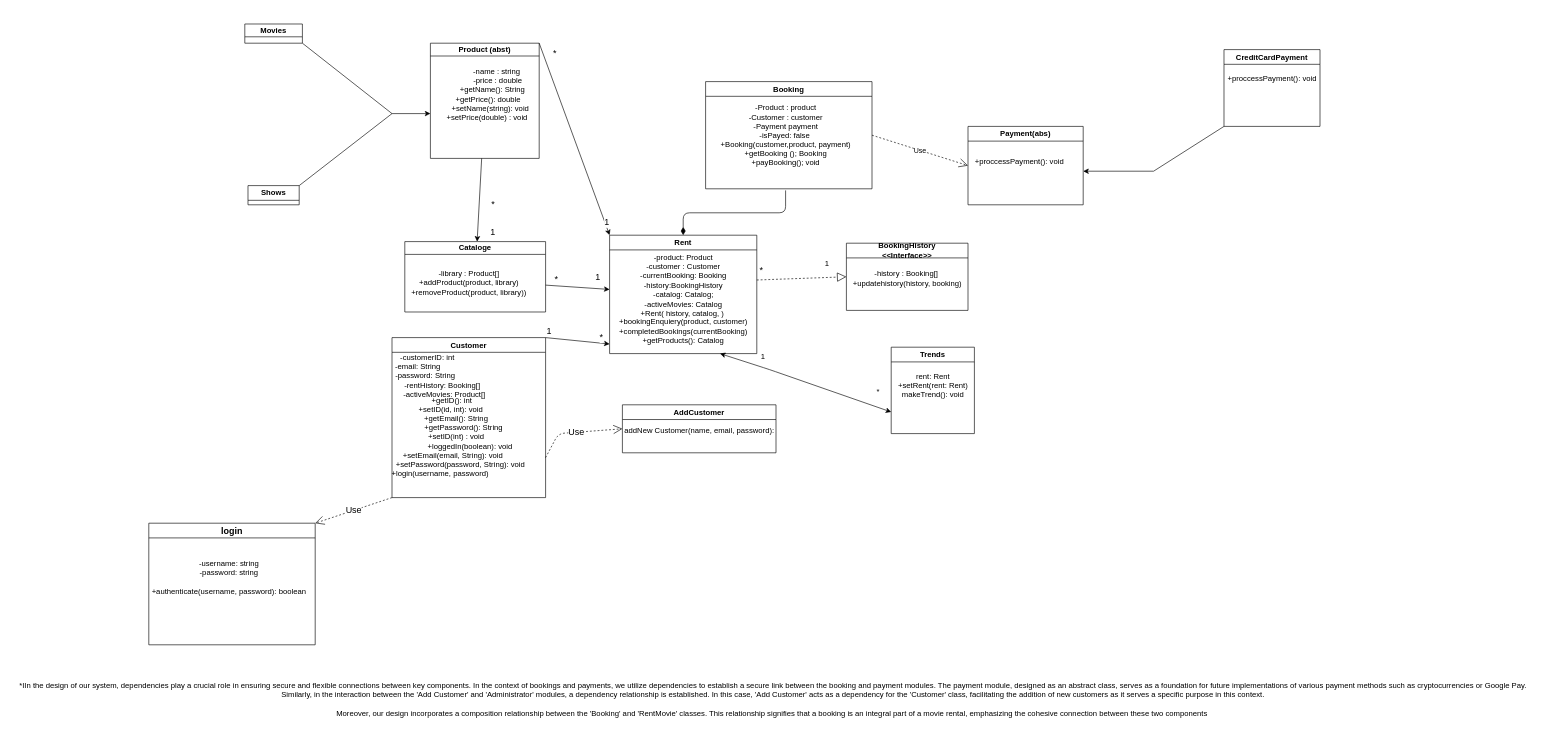
Before: classDiagram.drawio in Maxxo95/RentalVideo, a draw.io diagram. Source tidied: cells renumbered, new cells numbered last; positions are measured from the earlier drawing's top-left corner, leaving out a move shared by most shapes. Both pictures are drawn from the tidied source at 64%, with x=0, y=0 at pixel (11, 24).
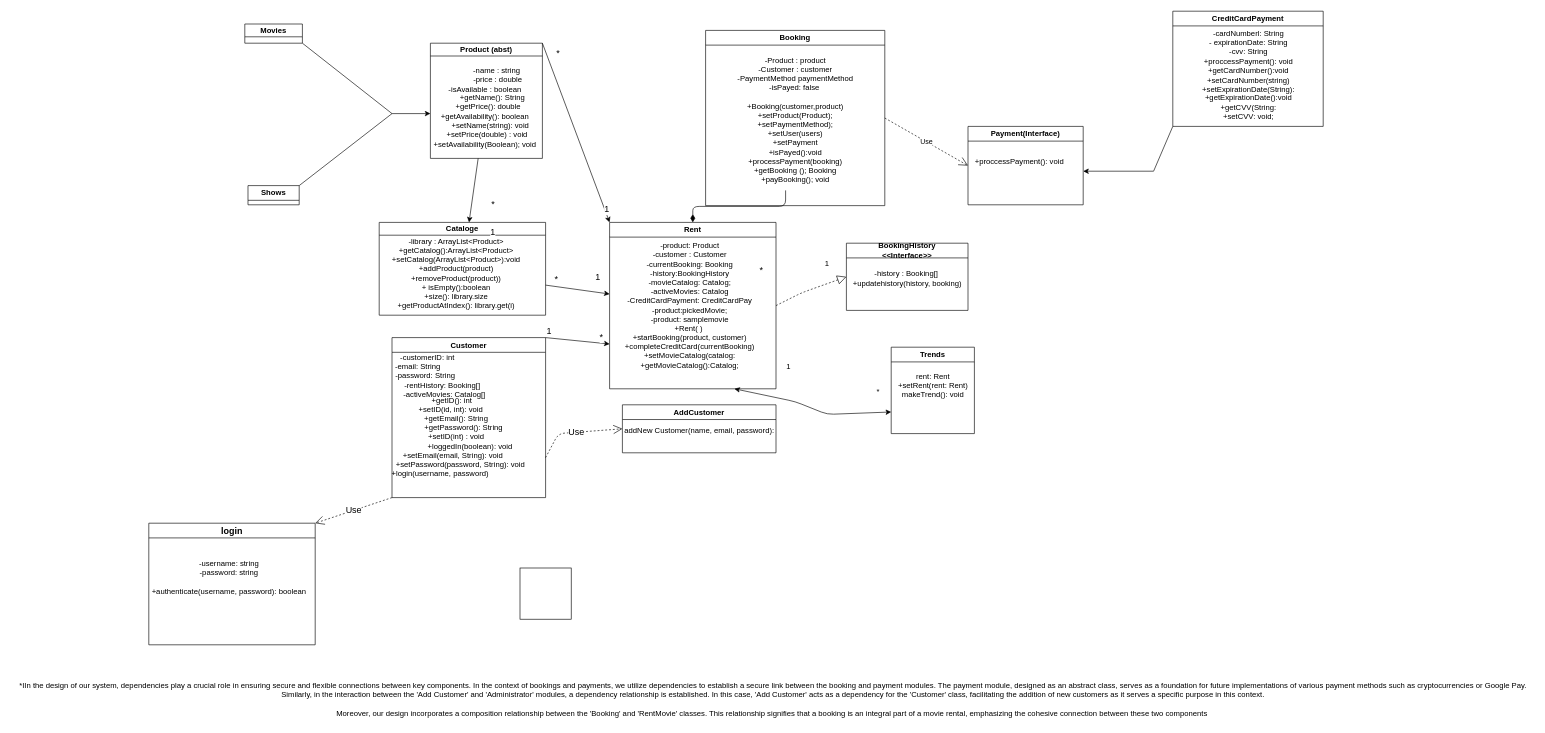
The same page after the edit.

The change refers to these unchanged cells:
```xml
<mxCell id="5" value="Customer" style="swimlane;whiteSpace=wrap;html=1;" parent="1" vertex="1">
  <mxGeometry x="595" y="490" width="240" height="250" as="geometry" />
</mxCell>
<mxCell id="16" value="BookingHistory&lt;br&gt;&amp;lt;&amp;lt;Interface&amp;gt;&amp;gt;" style="swimlane;whiteSpace=wrap;html=1;" parent="1" vertex="1">
  <mxGeometry x="1305" y="342.5" width="190" height="105" as="geometry" />
</mxCell>
<mxCell id="19" value="Trends" style="swimlane;whiteSpace=wrap;html=1;" parent="1" vertex="1">
  <mxGeometry x="1375" y="505" width="130" height="135" as="geometry" />
</mxCell>
```

Change to the diagram source:
```diff
@@
     <mxCell id="3" value="Product (abst)" style="swimlane;whiteSpace=wrap;html=1;startSize=20;" parent="1" vertex="1">
-      <mxGeometry x="655" y="30" width="170" height="180" as="geometry" />
+      <mxGeometry x="655" y="30" width="175" height="180" as="geometry" />
     </mxCell>
-    <mxCell id="4" value="&amp;nbsp; &amp;nbsp; &amp;nbsp; &amp;nbsp; &amp;nbsp; &amp;nbsp;-name : string&lt;br&gt;&amp;nbsp; &amp;nbsp; &amp;nbsp; &amp;nbsp; &amp;nbsp; &amp;nbsp; -price : double&lt;br&gt;&amp;nbsp; &amp;nbsp; &amp;nbsp; &amp;nbsp;+getName(): String&lt;br&gt;&amp;nbsp; &amp;nbsp;+getPrice(): double&lt;br&gt;&amp;nbsp; &amp;nbsp; &amp;nbsp;+setName(string): void&lt;br&gt;&amp;nbsp; +setPrice(double) : void" style="text;html=1;align=center;verticalAlign=middle;strokeColor=none;fillColor=none;" parent="3" vertex="1">
-      <mxGeometry x="5" y="30" width="160" height="100" as="geometry" />
+    <mxCell id="4" value="&amp;nbsp; &amp;nbsp; &amp;nbsp; &amp;nbsp; &amp;nbsp; &amp;nbsp;-name : string&lt;br&gt;&amp;nbsp; &amp;nbsp; &amp;nbsp; &amp;nbsp; &amp;nbsp; &amp;nbsp; -price : double&lt;br&gt;-isAvailable : boolean&lt;br&gt;&amp;nbsp; &amp;nbsp; &amp;nbsp; &amp;nbsp;+getName(): String&lt;br&gt;&amp;nbsp; &amp;nbsp;+getPrice(): double&lt;br&gt;+getAvailability(): boolean&lt;br&gt;&amp;nbsp; &amp;nbsp; &amp;nbsp;+setName(string): void&lt;br&gt;&amp;nbsp; +setPrice(double) : void&lt;br&gt;+setAvailability(Boolean); void" style="text;html=1;align=center;verticalAlign=middle;strokeColor=none;fillColor=none;" parent="3" vertex="1">
+      <mxGeometry x="-5" y="30" width="180" height="140" as="geometry" />
     </mxCell>
@@
-    <mxCell id="7" value="&amp;nbsp; &amp;nbsp; &amp;nbsp; &amp;nbsp; &amp;nbsp;-customerID: int&lt;br&gt;-email: String&lt;br&gt;&amp;nbsp; &amp;nbsp; &amp;nbsp; &amp;nbsp;-password: String&lt;br&gt;&amp;nbsp; &amp;nbsp; &amp;nbsp; &amp;nbsp; &amp;nbsp; &amp;nbsp; &amp;nbsp; &amp;nbsp; &amp;nbsp; &amp;nbsp; &amp;nbsp; &amp;nbsp;-rentHistory: Booking[]&lt;br&gt;&amp;nbsp; &amp;nbsp; &amp;nbsp; &amp;nbsp; &amp;nbsp; &amp;nbsp; &amp;nbsp; &amp;nbsp; &amp;nbsp; &amp;nbsp; &amp;nbsp; &amp;nbsp; &amp;nbsp;-activeMovies: Product[]" style="text;html=1;align=center;verticalAlign=middle;strokeColor=none;fillColor=none;" parent="5" vertex="1">
+    <mxCell id="7" value="&amp;nbsp; &amp;nbsp; &amp;nbsp; &amp;nbsp; &amp;nbsp;-customerID: int&lt;br&gt;-email: String&lt;br&gt;&amp;nbsp; &amp;nbsp; &amp;nbsp; &amp;nbsp;-password: String&lt;br&gt;&amp;nbsp; &amp;nbsp; &amp;nbsp; &amp;nbsp; &amp;nbsp; &amp;nbsp; &amp;nbsp; &amp;nbsp; &amp;nbsp; &amp;nbsp; &amp;nbsp; &amp;nbsp;-rentHistory: Booking[]&lt;br&gt;&amp;nbsp; &amp;nbsp; &amp;nbsp; &amp;nbsp; &amp;nbsp; &amp;nbsp; &amp;nbsp; &amp;nbsp; &amp;nbsp; &amp;nbsp; &amp;nbsp; &amp;nbsp; &amp;nbsp;-activeMovies: Catalog[]" style="text;html=1;align=center;verticalAlign=middle;strokeColor=none;fillColor=none;" parent="5" vertex="1">
       <mxGeometry x="-75" y="15" width="230" height="90" as="geometry" />
     </mxCell>
     <mxCell id="8" value="Rent" style="swimlane;whiteSpace=wrap;html=1;" parent="1" vertex="1">
-      <mxGeometry x="935" y="330" width="230" height="185" as="geometry" />
+      <mxGeometry x="935" y="310" width="260" height="260" as="geometry" />
     </mxCell>
-    <mxCell id="9" value="-product: Product&lt;br&gt;-customer : Customer&lt;br&gt;-currentBooking: Booking&lt;br&gt;-history:BookingHistory&lt;br&gt;-catalog: Catalog;&lt;br&gt;-activeMovies: Catalog&lt;br&gt;+Rent( history, catalog, )&amp;nbsp;&lt;br&gt;+bookingEnquiery(product, customer)&lt;br&gt;+completedBookings(currentBooking)&lt;br&gt;+getProducts(): Catalog" style="text;html=1;align=center;verticalAlign=middle;strokeColor=none;fillColor=none;" parent="8" vertex="1">
-      <mxGeometry x="5" y="20" width="220" height="160" as="geometry" />
+    <mxCell id="9" value="-product: Product&lt;br&gt;-customer : Customer&lt;br&gt;-currentBooking: Booking&lt;br&gt;-history:BookingHistory&lt;br&gt;-movieCatalog: Catalog;&lt;br&gt;-activeMovies: Catalog&lt;br&gt;-CreditCardPayment: CreditCardPay&lt;br&gt;-product:pickedMovie;&lt;br&gt;-product: samplemovie&lt;br&gt;+Rent( )&amp;nbsp;&lt;br&gt;+startBooking(product, customer)&lt;br&gt;+completeCreditCard(currentBooking)&lt;br&gt;+setMovieCatalog(catalog:&lt;br&gt;+getMovieCatalog():Catalog;" style="text;html=1;align=center;verticalAlign=middle;strokeColor=none;fillColor=none;" parent="8" vertex="1">
+      <mxGeometry x="10" y="20" width="230" height="220" as="geometry" />
     </mxCell>
     <mxCell id="10" value="Booking" style="swimlane;whiteSpace=wrap;html=1;" parent="1" vertex="1">
-      <mxGeometry x="1085" y="90" width="260" height="167.5" as="geometry" />
+      <mxGeometry x="1085" y="10" width="280" height="273.8" as="geometry" />
     </mxCell>
-    <mxCell id="11" value="-Product : product&lt;br&gt;-Customer : customer&lt;br&gt;-Payment payment&lt;br&gt;-isPayed: false&amp;nbsp;&lt;br&gt;+Booking(customer,product, payment)&lt;br&gt;+getBooking (); Booking&lt;br&gt;+payBooking(); void" style="text;html=1;align=center;verticalAlign=middle;strokeColor=none;fillColor=none;" parent="10" vertex="1">
-      <mxGeometry x="10" y="28.8" width="230" height="110" as="geometry" />
+    <mxCell id="11" value="-Product : product&lt;br&gt;-Customer : customer&lt;br&gt;-PaymentMethod paymentMethod&lt;br&gt;-isPayed: false&amp;nbsp;&lt;br&gt;&lt;br&gt;+Booking(customer,product)&lt;br&gt;+setProduct(Product);&lt;br&gt;+setPaymentMethod);&lt;br&gt;+setUser(users)&lt;br&gt;+setPayment&lt;br&gt;+isPayed():void&lt;br&gt;+processPayment(booking)&lt;br&gt;+getBooking (); Booking&lt;br&gt;+payBooking(); void" style="text;html=1;align=center;verticalAlign=middle;strokeColor=none;fillColor=none;" parent="10" vertex="1">
+      <mxGeometry x="40" y="30" width="200" height="220" as="geometry" />
     </mxCell>
@@
-    <mxCell id="14" value="Payment(abs)" style="swimlane;whiteSpace=wrap;html=1;" parent="1" vertex="1">
+    <mxCell id="14" value="Payment(Interface)" style="swimlane;whiteSpace=wrap;html=1;" parent="1" vertex="1">
       <mxGeometry x="1495" y="160" width="180" height="122.5" as="geometry" />
     </mxCell>
@@
-    <mxCell id="31" style="endArrow=block;dashed=1;endFill=0;endSize=12;html=1;entryX=0;entryY=0.5;entryDx=0;entryDy=0;" parent="1" edge="1" target="16">
+    <mxCell id="31" style="endArrow=block;dashed=1;endFill=0;endSize=12;html=1;entryX=0;entryY=0.5;entryDx=0;entryDy=0;startArrow=none;exitX=1;exitY=0.5;exitDx=0;exitDy=0;" parent="1" edge="1" source="8" target="16">
       <mxGeometry relative="1" as="geometry">
-        <mxPoint x="1165" y="400" as="sourcePoint" />
+        <Array as="points">
+          <mxPoint x="1235" y="420" />
+        </Array>
       </mxGeometry>
     </mxCell>
@@
     <mxCell id="35" value="1" style="text;html=1;strokeColor=none;fillColor=none;align=center;verticalAlign=middle;whiteSpace=wrap;rounded=0;" parent="1" vertex="1">
-      <mxGeometry x="1145" y="505" width="60" height="30" as="geometry" />
+      <mxGeometry x="1185" y="520" width="60" height="30" as="geometry" />
     </mxCell>
@@
     <mxCell id="38" value="Cataloge" style="swimlane;whiteSpace=wrap;html=1;startSize=20;" parent="1" vertex="1">
-      <mxGeometry x="615" y="340" width="220" height="110" as="geometry" />
+      <mxGeometry x="575" y="310" width="260" height="145" as="geometry" />
     </mxCell>
-    <mxCell id="39" value="-library : Product[]&lt;br&gt;+addProduct(product, library)&lt;br&gt;+removeProduct(product, library))" style="text;html=1;align=center;verticalAlign=middle;strokeColor=none;fillColor=none;" parent="38" vertex="1">
-      <mxGeometry y="35" width="200" height="60" as="geometry" />
+    <mxCell id="39" value="-library : ArrayList&amp;lt;Product&amp;gt;&lt;br&gt;+getCatalog():ArrayList&amp;lt;Product&amp;gt;&lt;br&gt;+setCatalog(ArrayList&amp;lt;Product&amp;gt;):void&lt;br&gt;+addProduct(product)&lt;br&gt;+removeProduct(product))&lt;br&gt;+ isEmpty():boolean&lt;br&gt;+size(): library.size&lt;br&gt;+getProductAtIndex(): library.get(i)" style="text;html=1;align=center;verticalAlign=middle;strokeColor=none;fillColor=none;" parent="38" vertex="1">
+      <mxGeometry x="10" y="15" width="220" height="130" as="geometry" />
     </mxCell>
     <mxCell id="40" style="endArrow=classic;startArrow=classic;html=1;fontSize=14;entryX=0;entryY=0.75;entryDx=0;entryDy=0;exitX=0.75;exitY=1;exitDx=0;exitDy=0;" parent="1" edge="1" source="8" target="19">
       <mxGeometry relative="1" as="geometry">
         <Array as="points">
-          <mxPoint x="1185" y="540" />
+          <mxPoint x="1225" y="590" />
+          <mxPoint x="1275" y="610" />
         </Array>
       </mxGeometry>
     </mxCell>
@@
     <mxCell id="45" value="CreditCardPayment" style="swimlane;whiteSpace=wrap;html=1;" parent="1" vertex="1">
-      <mxGeometry x="1895" y="40" width="150" height="120" as="geometry" />
+      <mxGeometry x="1815" y="-20" width="235" height="180" as="geometry" />
     </mxCell>
-    <mxCell id="46" value="+proccessPayment(): void" style="text;html=1;align=center;verticalAlign=middle;strokeColor=none;fillColor=none;" parent="45" vertex="1">
-      <mxGeometry x="-5" y="30" width="160" height="30" as="geometry" />
+    <mxCell id="46" value="-cardNumberl: String&lt;br&gt;- expirationDate: String&lt;br&gt;-cvv: String&lt;br&gt;+proccessPayment(): void&lt;br&gt;+getCardNumber():void&lt;br&gt;+setCardNumber(string)&lt;br&gt;+setExpirationDate(String):&lt;br&gt;+getExpirationDate():void&lt;br&gt;+getCVV(String:&lt;br&gt;+setCVV: void;" style="text;html=1;align=center;verticalAlign=middle;strokeColor=none;fillColor=none;" parent="45" vertex="1">
+      <mxGeometry x="32.5" y="20" width="170" height="160" as="geometry" />
     </mxCell>
@@
+    <mxCell id="58" style="whiteSpace=wrap;html=1;" parent="1" vertex="1">
+      <mxGeometry x="795" y="850" width="80" height="80" as="geometry" />
+    </mxCell>
```
